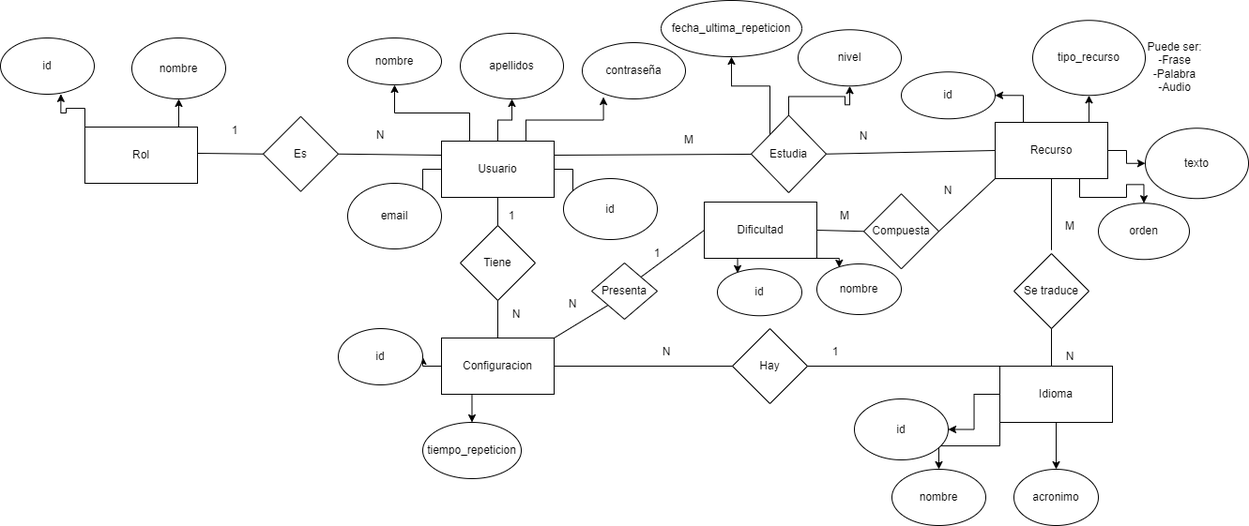
Above: base de datos.drawio.png in josu1995/TFM (draw.io), before the change. Source tidied: cells renumbered, new cells last; positions are measured from the earlier drawing's top-left corner, leaving out a move shared by most shapes.
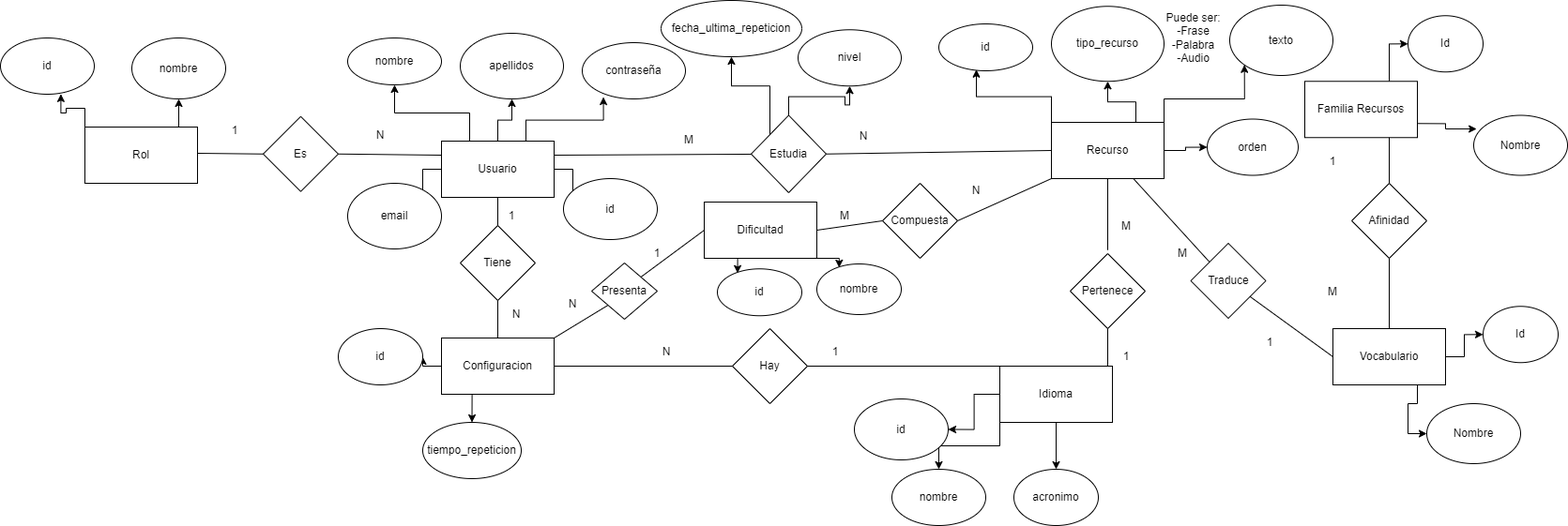
After the commit.

What changed in the source:
```diff
@@ -59,20 +59,20 @@
     <mxCell id="20" value="Estudia" style="rhombus;whiteSpace=wrap;html=1;" parent="1" vertex="1">
       <mxGeometry x="800" y="122.5" width="80" height="82.5" as="geometry" />
     </mxCell>
+    <mxCell id="22" style="edgeStyle=orthogonalEdgeStyle;rounded=0;jettySize=auto;html=1;exitX=0.75;exitY=0;exitDx=0;exitDy=0;entryX=0.5;entryY=1;entryDx=0;entryDy=0;" parent="1" edge="1" source="25" target="29">
+      <mxGeometry relative="1" as="geometry" />
+    </mxCell>
-    <mxCell id="21" style="edgeStyle=orthogonalEdgeStyle;rounded=0;jettySize=auto;html=1;exitX=0.25;exitY=0;exitDx=0;exitDy=0;entryX=1;entryY=0.5;entryDx=0;entryDy=0;" parent="1" edge="1" source="25" target="28">
+    <mxCell id="21" style="edgeStyle=orthogonalEdgeStyle;rounded=0;jettySize=auto;html=1;exitX=0;exitY=0;exitDx=0;exitDy=0;entryX=0.4;entryY=0.975;entryDx=0;entryDy=0;entryPerimeter=0;" parent="1" edge="1" source="25" target="28">
       <mxGeometry relative="1" as="geometry" />
     </mxCell>
-    <mxCell id="22" style="edgeStyle=orthogonalEdgeStyle;rounded=0;jettySize=auto;html=1;exitX=0.75;exitY=0;exitDx=0;exitDy=0;entryX=0.5;entryY=1;entryDx=0;entryDy=0;" parent="1" edge="1" source="25" target="29">
-      <mxGeometry relative="1" as="geometry" />
-    </mxCell>
-    <mxCell id="23" style="edgeStyle=orthogonalEdgeStyle;rounded=0;jettySize=auto;html=1;exitX=1;exitY=0.5;exitDx=0;exitDy=0;entryX=0;entryY=0.5;entryDx=0;entryDy=0;" parent="1" edge="1" source="25" target="30">
+    <mxCell id="23" style="edgeStyle=orthogonalEdgeStyle;rounded=0;jettySize=auto;html=1;exitX=1;exitY=0;exitDx=0;exitDy=0;entryX=0;entryY=1;entryDx=0;entryDy=0;" parent="1" edge="1" source="25" target="30">
       <mxGeometry relative="1" as="geometry" />
     </mxCell>
-    <mxCell id="24" style="edgeStyle=orthogonalEdgeStyle;rounded=0;jettySize=auto;html=1;exitX=0.75;exitY=1;exitDx=0;exitDy=0;entryX=0.5;entryY=0;entryDx=0;entryDy=0;" parent="1" edge="1" source="25" target="58">
+    <mxCell id="24" style="edgeStyle=orthogonalEdgeStyle;rounded=0;jettySize=auto;html=1;exitX=1;exitY=0.5;exitDx=0;exitDy=0;entryX=0;entryY=0.5;entryDx=0;entryDy=0;" parent="1" edge="1" source="25" target="58">
       <mxGeometry relative="1" as="geometry" />
     </mxCell>
     <mxCell id="25" value="Recurso" style="rounded=0;whiteSpace=wrap;html=1;" parent="1" vertex="1">
-      <mxGeometry x="1060" y="130" width="120" height="60" as="geometry" />
+      <mxGeometry x="1120" y="130" width="120" height="60" as="geometry" />
     </mxCell>
     <mxCell id="26" value="id" style="ellipse;whiteSpace=wrap;html=1;" parent="1" vertex="1">
       <mxGeometry x="600" y="190" width="100" height="65" as="geometry" />
@@ -81,16 +81,16 @@
       <mxGeometry x="360" y="350" width="90" height="60" as="geometry" />
     </mxCell>
     <mxCell id="28" value="id" style="ellipse;whiteSpace=wrap;html=1;" parent="1" vertex="1">
-      <mxGeometry x="960" y="76.2" width="100" height="50" as="geometry" />
+      <mxGeometry x="1000" y="25" width="100" height="50" as="geometry" />
     </mxCell>
     <mxCell id="29" value="tipo_recurso" style="ellipse;whiteSpace=wrap;html=1;" parent="1" vertex="1">
-      <mxGeometry x="1100" y="21.2" width="120" height="80" as="geometry" />
+      <mxGeometry x="1120" y="6.2" width="120" height="80" as="geometry" />
     </mxCell>
     <mxCell id="30" value="texto" style="ellipse;whiteSpace=wrap;html=1;" parent="1" vertex="1">
-      <mxGeometry x="1220" y="136.2" width="110" height="75" as="geometry" />
+      <mxGeometry x="1310" y="5" width="110" height="75" as="geometry" />
     </mxCell>
     <mxCell id="31" value="Puede ser:&lt;br&gt;-Frase&lt;br&gt;-Palabra&lt;br&gt;-Audio" style="text;html=1;strokeColor=none;fillColor=none;align=center;verticalAlign=middle;whiteSpace=wrap;rounded=0;" parent="1" vertex="1">
-      <mxGeometry x="1200" y="36.2" width="103" height="70" as="geometry" />
+      <mxGeometry x="1220" y="5" width="103" height="70" as="geometry" />
     </mxCell>
     <mxCell id="32" style="edgeStyle=orthogonalEdgeStyle;rounded=0;jettySize=auto;html=1;exitX=0;exitY=0.5;exitDx=0;exitDy=0;entryX=1;entryY=0.5;entryDx=0;entryDy=0;" parent="1" edge="1" source="35" target="39">
       <mxGeometry relative="1" as="geometry" />
@@ -104,14 +104,14 @@
     <mxCell id="35" value="Idioma" style="rounded=0;whiteSpace=wrap;html=1;" parent="1" vertex="1">
       <mxGeometry x="1065" y="390" width="120" height="60" as="geometry" />
     </mxCell>
-    <mxCell id="36" value="Se traduce" style="rhombus;whiteSpace=wrap;html=1;" parent="1" vertex="1">
-      <mxGeometry x="1080" y="270" width="80" height="80" as="geometry" />
+    <mxCell id="36" value="Pertenece" style="rhombus;whiteSpace=wrap;html=1;" parent="1" vertex="1">
+      <mxGeometry x="1140" y="270" width="80" height="80" as="geometry" />
     </mxCell>
-    <mxCell id="37" value="N" style="text;html=1;strokeColor=none;fillColor=none;align=center;verticalAlign=middle;whiteSpace=wrap;rounded=0;" parent="1" vertex="1">
-      <mxGeometry x="1110" y="365" width="60" height="30" as="geometry" />
+    <mxCell id="37" value="1" style="text;html=1;strokeColor=none;fillColor=none;align=center;verticalAlign=middle;whiteSpace=wrap;rounded=0;" parent="1" vertex="1">
+      <mxGeometry x="1170" y="365" width="60" height="30" as="geometry" />
     </mxCell>
     <mxCell id="38" value="M" style="text;html=1;strokeColor=none;fillColor=none;align=center;verticalAlign=middle;whiteSpace=wrap;rounded=0;" parent="1" vertex="1">
-      <mxGeometry x="1110" y="226.2" width="60" height="30" as="geometry" />
+      <mxGeometry x="1170" y="226.2" width="60" height="30" as="geometry" />
     </mxCell>
     <mxCell id="39" value="id" style="ellipse;whiteSpace=wrap;html=1;" parent="1" vertex="1">
       <mxGeometry x="910" y="425" width="100" height="65" as="geometry" />
@@ -148,13 +148,13 @@
     </mxCell>
     <mxCell id="50" style="endArrow=none;html=1;rounded=0;entryX=0.5;entryY=1;entryDx=0;entryDy=0;" parent="1" edge="1" target="25">
       <mxGeometry relative="1" as="geometry">
-        <mxPoint x="1120" y="266.2" as="sourcePoint" />
+        <mxPoint x="1180" y="266.2" as="sourcePoint" />
       </mxGeometry>
     </mxCell>
     <mxCell id="51" style="endArrow=none;html=1;rounded=0;" parent="1" edge="1">
       <mxGeometry relative="1" as="geometry">
-        <mxPoint x="1120" y="390" as="sourcePoint" />
-        <mxPoint x="1120" y="350" as="targetPoint" />
+        <mxPoint x="1180" y="390" as="sourcePoint" />
+        <mxPoint x="1180" y="350" as="targetPoint" />
       </mxGeometry>
     </mxCell>
     <mxCell id="52" style="endArrow=none;html=1;rounded=0;entryX=0;entryY=0.5;entryDx=0;entryDy=0;exitX=1;exitY=0.5;exitDx=0;exitDy=0;" parent="1" edge="1" source="20" target="25">
@@ -176,7 +176,7 @@
       <mxGeometry relative="1" as="geometry" />
     </mxCell>
     <mxCell id="58" value="orden" style="ellipse;whiteSpace=wrap;html=1;" parent="1" vertex="1">
-      <mxGeometry x="1170" y="216.2" width="97" height="60" as="geometry" />
+      <mxGeometry x="1286" y="126.5" width="97" height="60" as="geometry" />
     </mxCell>
     <mxCell id="59" style="edgeStyle=orthogonalEdgeStyle;rounded=0;jettySize=auto;html=1;exitX=0;exitY=0;exitDx=0;exitDy=0;entryX=0.644;entryY=0.997;entryDx=0;entryDy=0;entryPerimeter=0;" parent="1" edge="1" source="61" target="67">
       <mxGeometry relative="1" as="geometry" />
@@ -211,7 +211,7 @@
       <mxGeometry x="140" y="40" width="100" height="65" as="geometry" />
     </mxCell>
     <mxCell id="69" value="Compuesta" style="rhombus;whiteSpace=wrap;html=1;" parent="1" vertex="1">
-      <mxGeometry x="920" y="206.2" width="80" height="80" as="geometry" />
+      <mxGeometry x="940" y="195" width="80" height="80" as="geometry" />
     </mxCell>
     <mxCell id="70" style="endArrow=none;html=1;rounded=0;entryX=0;entryY=0.5;entryDx=0;entryDy=0;exitX=1;exitY=0.5;exitDx=0;exitDy=0;" parent="1" edge="1" source="76" target="69">
       <mxGeometry relative="1" as="geometry" />
@@ -220,7 +220,7 @@
       <mxGeometry relative="1" as="geometry" />
     </mxCell>
     <mxCell id="72" value="N" style="text;html=1;strokeColor=none;fillColor=none;align=center;verticalAlign=middle;whiteSpace=wrap;rounded=0;" parent="1" vertex="1">
-      <mxGeometry x="980" y="180" width="60" height="46.2" as="geometry" />
+      <mxGeometry x="1010" y="180" width="60" height="46.2" as="geometry" />
     </mxCell>
     <mxCell id="73" value="M" style="text;html=1;strokeColor=none;fillColor=none;align=center;verticalAlign=middle;whiteSpace=wrap;rounded=0;" parent="1" vertex="1">
       <mxGeometry x="870" y="215" width="60" height="30" as="geometry" />
@@ -255,5 +255,65 @@
     <mxCell id="83" value="1" style="text;html=1;strokeColor=none;fillColor=none;align=center;verticalAlign=middle;whiteSpace=wrap;rounded=0;" parent="1" vertex="1">
       <mxGeometry x="670" y="255" width="60" height="30" as="geometry" />
     </mxCell>
+    <mxCell id="84" style="edgeStyle=orthogonalEdgeStyle;rounded=0;jettySize=auto;html=1;exitX=1;exitY=0.75;exitDx=0;exitDy=0;entryX=0.031;entryY=0.227;entryDx=0;entryDy=0;entryPerimeter=0;" parent="1" edge="1" source="86" target="87">
+      <mxGeometry relative="1" as="geometry" />
+    </mxCell>
+    <mxCell id="85" style="edgeStyle=orthogonalEdgeStyle;rounded=0;jettySize=auto;html=1;exitX=0.75;exitY=0;exitDx=0;exitDy=0;entryX=0;entryY=0.5;entryDx=0;entryDy=0;" parent="1" edge="1" source="86" target="88">
+      <mxGeometry relative="1" as="geometry" />
+    </mxCell>
+    <mxCell id="86" value="Familia Recursos" style="rounded=0;whiteSpace=wrap;html=1;" parent="1" vertex="1">
+      <mxGeometry x="1390" y="86.2" width="120" height="60" as="geometry" />
+    </mxCell>
+    <mxCell id="87" value="Nombre" style="ellipse;whiteSpace=wrap;html=1;" parent="1" vertex="1">
+      <mxGeometry x="1570" y="122.5" width="100" height="64" as="geometry" />
+    </mxCell>
+    <mxCell id="88" value="Id" style="ellipse;whiteSpace=wrap;html=1;" parent="1" vertex="1">
+      <mxGeometry x="1500" y="16.2" width="80" height="60" as="geometry" />
+    </mxCell>
+    <mxCell id="89" style="edgeStyle=orthogonalEdgeStyle;rounded=0;jettySize=auto;html=1;exitX=1;exitY=0.5;exitDx=0;exitDy=0;entryX=0;entryY=0.5;entryDx=0;entryDy=0;" parent="1" edge="1" source="91" target="98">
+      <mxGeometry relative="1" as="geometry" />
+    </mxCell>
+    <mxCell id="90" style="edgeStyle=orthogonalEdgeStyle;rounded=0;jettySize=auto;html=1;exitX=0.75;exitY=1;exitDx=0;exitDy=0;entryX=0;entryY=0.5;entryDx=0;entryDy=0;" parent="1" edge="1" source="91" target="97">
+      <mxGeometry relative="1" as="geometry" />
+    </mxCell>
+    <mxCell id="91" value="Vocabulario" style="rounded=0;whiteSpace=wrap;html=1;" parent="1" vertex="1">
+      <mxGeometry x="1420" y="350" width="120" height="60" as="geometry" />
+    </mxCell>
+    <mxCell id="92" value="Traduce" style="rhombus;whiteSpace=wrap;html=1;" parent="1" vertex="1">
+      <mxGeometry x="1268.5" y="259" width="80" height="80" as="geometry" />
+    </mxCell>
+    <mxCell id="93" style="endArrow=none;html=1;rounded=0;entryX=0;entryY=0.5;entryDx=0;entryDy=0;" parent="1" edge="1" source="92" target="91">
+      <mxGeometry relative="1" as="geometry" />
+    </mxCell>
+    <mxCell id="94" style="endArrow=none;html=1;rounded=0;exitX=0;exitY=0;exitDx=0;exitDy=0;" parent="1" edge="1" source="92" target="25">
+      <mxGeometry relative="1" as="geometry" />
+    </mxCell>
+    <mxCell id="95" value="M" style="text;html=1;strokeColor=none;fillColor=none;align=center;verticalAlign=middle;whiteSpace=wrap;rounded=0;" parent="1" vertex="1">
+      <mxGeometry x="1230" y="255" width="60" height="30" as="geometry" />
+    </mxCell>
+    <mxCell id="96" value="1" style="text;html=1;strokeColor=none;fillColor=none;align=center;verticalAlign=middle;whiteSpace=wrap;rounded=0;" parent="1" vertex="1">
+      <mxGeometry x="1323" y="350" width="60" height="30" as="geometry" />
+    </mxCell>
+    <mxCell id="97" value="Nombre" style="ellipse;whiteSpace=wrap;html=1;" parent="1" vertex="1">
+      <mxGeometry x="1520" y="430" width="100" height="64" as="geometry" />
+    </mxCell>
+    <mxCell id="98" value="Id" style="ellipse;whiteSpace=wrap;html=1;" parent="1" vertex="1">
+      <mxGeometry x="1580" y="326.2" width="80" height="60" as="geometry" />
+    </mxCell>
+    <mxCell id="99" value="Afinidad" style="rhombus;whiteSpace=wrap;html=1;" parent="1" vertex="1">
+      <mxGeometry x="1440" y="195" width="80" height="80" as="geometry" />
+    </mxCell>
+    <mxCell id="100" style="endArrow=none;html=1;rounded=0;entryX=0.5;entryY=0;entryDx=0;entryDy=0;exitX=0.5;exitY=1;exitDx=0;exitDy=0;" parent="1" edge="1" source="99" target="91">
+      <mxGeometry relative="1" as="geometry" />
+    </mxCell>
+    <mxCell id="101" style="endArrow=none;html=1;rounded=0;entryX=0.75;entryY=1;entryDx=0;entryDy=0;exitX=0.5;exitY=0;exitDx=0;exitDy=0;" parent="1" edge="1" source="99" target="86">
+      <mxGeometry relative="1" as="geometry" />
+    </mxCell>
+    <mxCell id="102" value="1" style="text;html=1;strokeColor=none;fillColor=none;align=center;verticalAlign=middle;whiteSpace=wrap;rounded=0;" parent="1" vertex="1">
+      <mxGeometry x="1390" y="156.5" width="60" height="30" as="geometry" />
+    </mxCell>
+    <mxCell id="103" value="M" style="text;html=1;strokeColor=none;fillColor=none;align=center;verticalAlign=middle;whiteSpace=wrap;rounded=0;" parent="1" vertex="1">
+      <mxGeometry x="1390" y="296.2" width="60" height="30" as="geometry" />
+    </mxCell>
   </root>
 </mxGraphModel>
```
